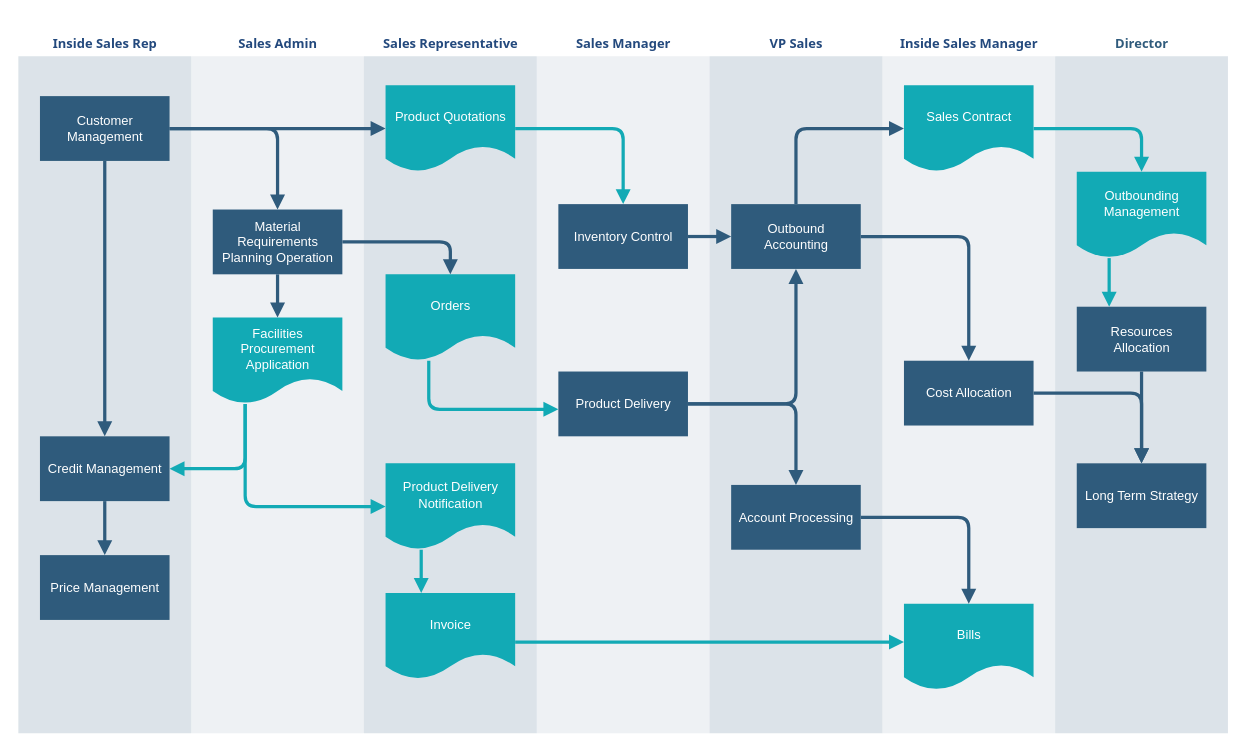
This is Untitled Diagram.drawio from CrisIf/katas_fall2022, a draw.io file, before an edit. Source tidied: cells renumbered, new cells numbered last; positions are measured from the earlier drawing's top-left corner, leaving out a move shared by most shapes. Both pictures are drawn from the tidied source at 108%, with x=0, y=0 at pixel (17, 30).
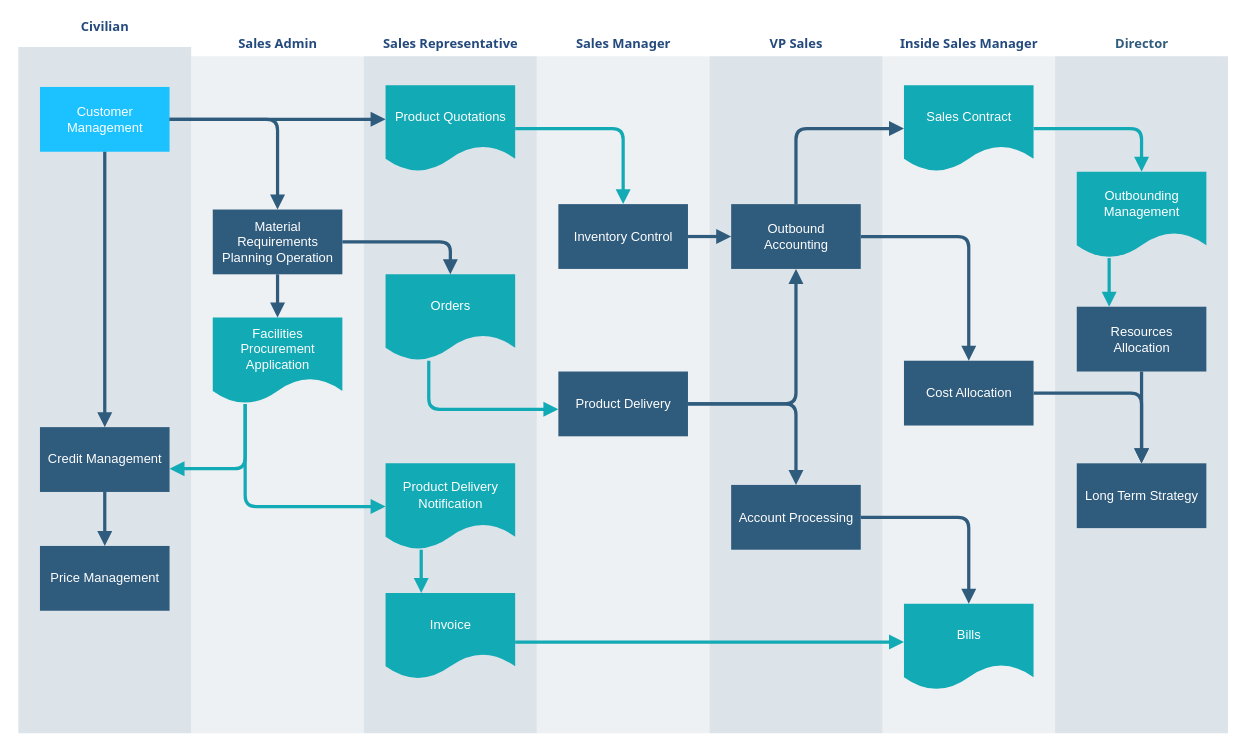
The same page after the edit.

Commit message:
Component Diagram

Diff of the diagram source:
```diff
@@
-    <mxCell id="2" value="&lt;font color=&quot;#23497d&quot;&gt;Inside Sales Rep&lt;/font&gt;" style="swimlane;whiteSpace=wrap;fillColor=none;swimlaneFillColor=#BAC8D3;fontColor=#2F5B7C;fontFamily=Tahoma;html=1;strokeColor=none;opacity=50;" parent="1" vertex="1">
-      <mxGeometry x="0.5" y="0.5" width="160" height="650" as="geometry" />
+    <mxCell id="2" value="&lt;font color=&quot;#23497d&quot;&gt;Civilian&lt;br&gt;&lt;br&gt;&lt;/font&gt;" style="swimlane;whiteSpace=wrap;fillColor=none;swimlaneFillColor=#BAC8D3;fontColor=#2F5B7C;fontFamily=Tahoma;html=1;strokeColor=none;opacity=50;" parent="1" vertex="1">
+      <mxGeometry x="0.5" y="-8" width="160" height="658.5" as="geometry" />
     </mxCell>
-    <mxCell id="3" value="Customer Management" style="whiteSpace=wrap;shadow=0;fontColor=#FFFFFF;fontFamily=Helvetica;fontStyle=0;html=1;fontSize=12;plain-purple;strokeColor=none;fillColor=#2f5b7c;gradientColor=none;spacing=6;verticalAlign=middle;" parent="2" vertex="1">
+    <mxCell id="3" value="Customer Management" style="whiteSpace=wrap;shadow=0;fontColor=#FFFFFF;fontFamily=Helvetica;fontStyle=0;html=1;fontSize=12;plain-purple;strokeColor=none;fillColor=#1CC2FF;gradientColor=none;spacing=6;verticalAlign=middle;" parent="2" vertex="1">
       <mxGeometry x="20" y="60" width="120" height="60" as="geometry" />
     </mxCell>
```
